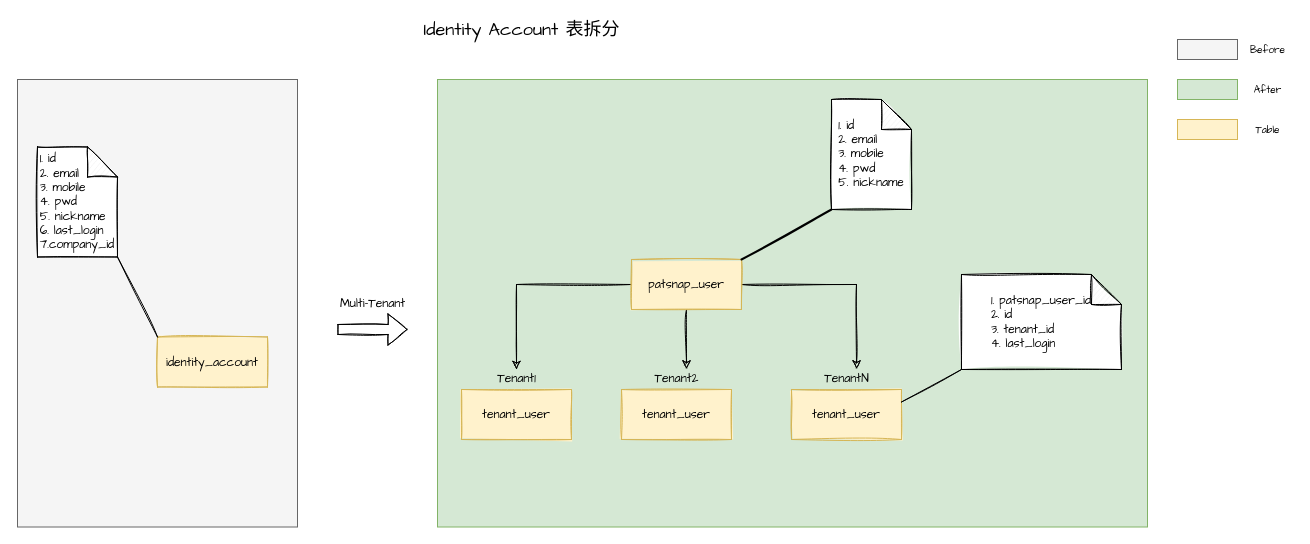
This is page "Page-1" (1 of 2) of Multi-Tenants.drawio from yindongjun/gangzhang.github.io, a draw.io file, before an edit. Source tidied: cells renumbered, new cells numbered last; positions are measured from the earlier drawing's top-left corner, leaving out a move shared by most shapes. Both pictures are drawn from the tidied source at 100%, with x=0, y=0 at pixel (17, 19).
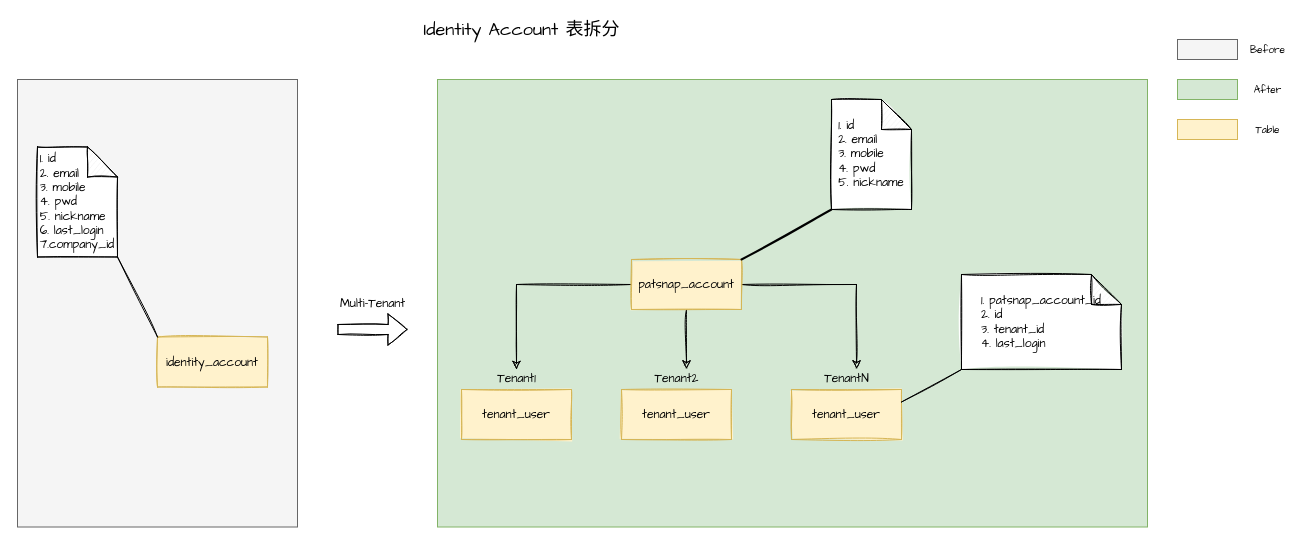
Above is the later version.

Diff of the diagram source:
```diff
@@
-    <mxCell id="7" value="&lt;span style=&quot;font-family: &amp;quot;Comic Sans MS&amp;quot;;&quot;&gt;patsnap_user&lt;/span&gt;" style="whiteSpace=wrap;html=1;sketch=1;fillColor=#fff2cc;strokeColor=#d6b656;fillStyle=solid;" parent="1" vertex="1">
+    <mxCell id="7" value="&lt;span style=&quot;font-family: &amp;quot;Comic Sans MS&amp;quot;;&quot;&gt;patsnap_account&lt;/span&gt;" style="whiteSpace=wrap;html=1;sketch=1;fillColor=#fff2cc;strokeColor=#d6b656;fillStyle=solid;" parent="1" vertex="1">
       <mxGeometry x="614" y="240" width="110" height="50" as="geometry" />
     </mxCell>
@@
-    <mxCell id="15" value="&lt;div style=&quot;text-align: left;&quot;&gt;&lt;span style=&quot;background-color: initial;&quot;&gt;1.&amp;nbsp;&lt;/span&gt;&lt;span style=&quot;background-color: initial;&quot;&gt;patsnap_user_id&lt;/span&gt;&lt;/div&gt;&lt;div style=&quot;text-align: left;&quot;&gt;&lt;span style=&quot;background-color: initial;&quot;&gt;2. id&lt;/span&gt;&lt;/div&gt;&lt;div style=&quot;text-align: left;&quot;&gt;&lt;span style=&quot;background-color: initial;&quot;&gt;3. tenant_id&lt;/span&gt;&lt;/div&gt;&lt;div style=&quot;text-align: left;&quot;&gt;&lt;span style=&quot;background-color: initial;&quot;&gt;4. last_login&lt;/span&gt;&lt;/div&gt;" style="shape=note;whiteSpace=wrap;html=1;backgroundOutline=1;darkOpacity=0.05;sketch=1;fontFamily=Comic Sans MS;" parent="1" vertex="1">
+    <mxCell id="15" value="&lt;div style=&quot;text-align: left;&quot;&gt;&lt;span style=&quot;background-color: initial;&quot;&gt;1.&amp;nbsp;&lt;/span&gt;&lt;span style=&quot;background-color: initial;&quot;&gt;patsnap_account_id&lt;/span&gt;&lt;/div&gt;&lt;div style=&quot;text-align: left;&quot;&gt;&lt;span style=&quot;background-color: initial;&quot;&gt;2. id&lt;/span&gt;&lt;/div&gt;&lt;div style=&quot;text-align: left;&quot;&gt;&lt;span style=&quot;background-color: initial;&quot;&gt;3. tenant_id&lt;/span&gt;&lt;/div&gt;&lt;div style=&quot;text-align: left;&quot;&gt;&lt;span style=&quot;background-color: initial;&quot;&gt;4. last_login&lt;/span&gt;&lt;/div&gt;" style="shape=note;whiteSpace=wrap;html=1;backgroundOutline=1;darkOpacity=0.05;sketch=1;fontFamily=Comic Sans MS;" parent="1" vertex="1">
       <mxGeometry x="944" y="255" width="160" height="95" as="geometry" />
     </mxCell>
```
